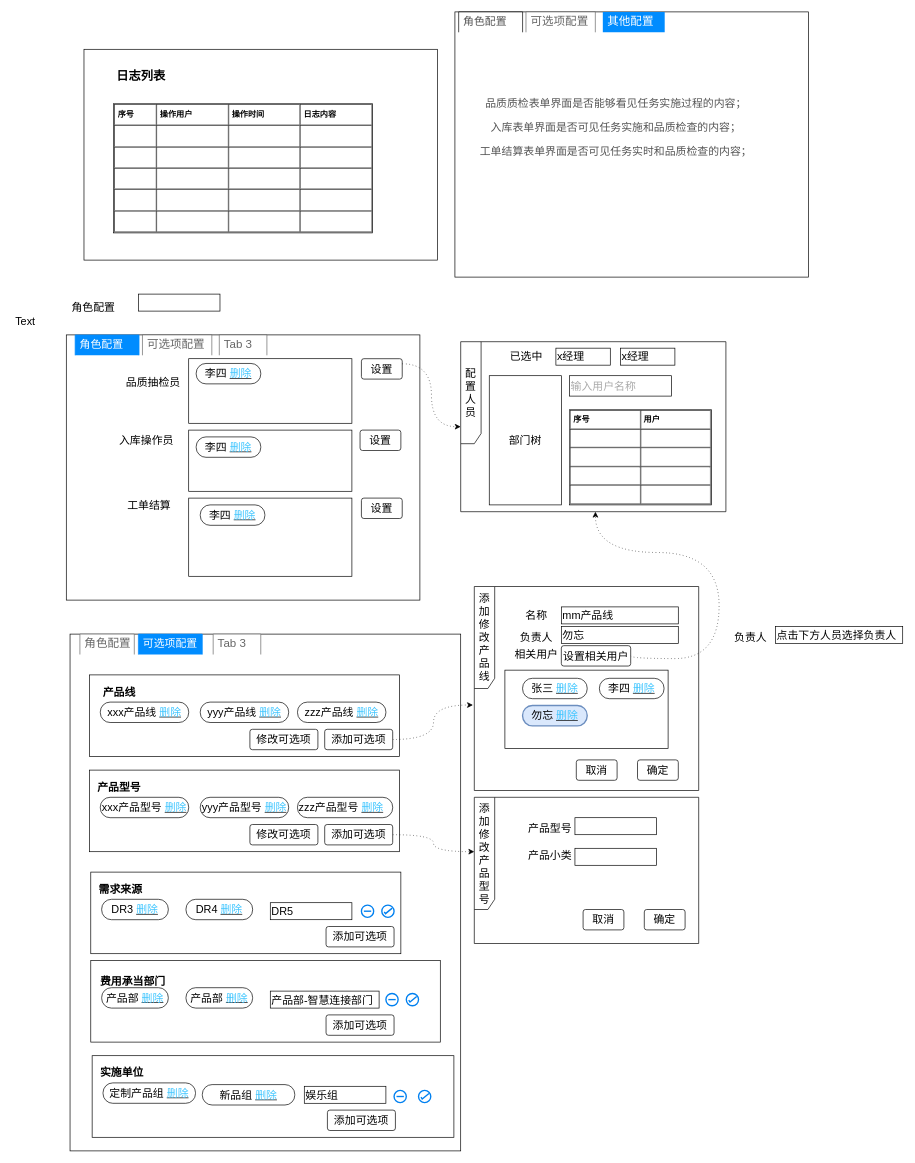
Earlier version of the draw.io diagram page "系统管理页面" (2 of 2) of PTS.drawio (waterwatermelon/graph). Source tidied: cells renumbered, new cells numbered last; positions are measured from the earlier drawing's top-left corner, leaving out a move shared by most shapes. Both pictures are drawn from the tidied source at 68%, with x=0, y=0 at pixel (12, 12).
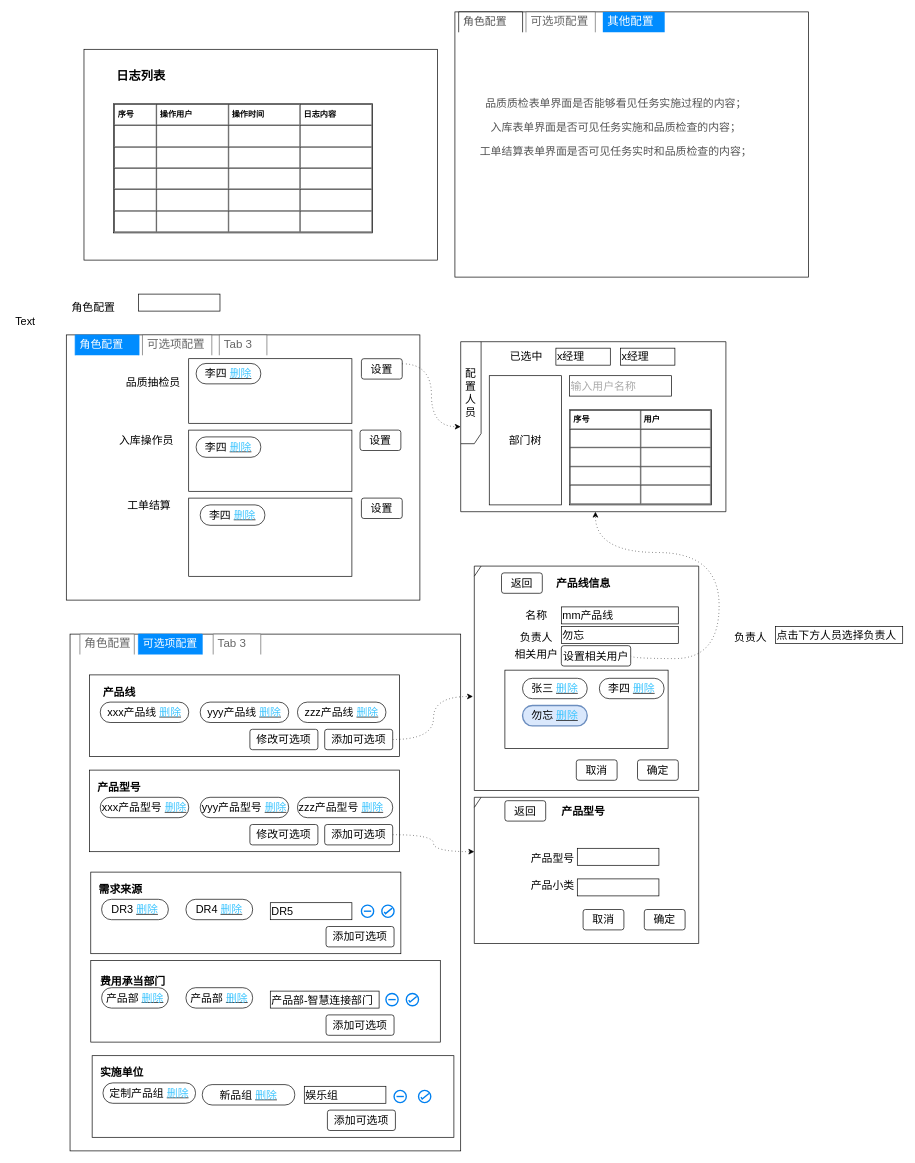
The same diagram, later.

Change to the diagram source:
```diff
@@
-    <mxCell id="30" value="添加&lt;br&gt;修改产品型号" style="shape=umlFrame;whiteSpace=wrap;html=1;rounded=1;glass=0;sketch=0;strokeColor=#000000;fillColor=#FFFFFF;fontSize=16;width=30;height=165;" parent="1" vertex="1">
+    <mxCell id="30" style="shape=umlFrame;whiteSpace=wrap;html=1;rounded=1;glass=0;sketch=0;strokeColor=#000000;fillColor=#FFFFFF;fontSize=16;width=10;height=15;" parent="1" vertex="1">
       <mxGeometry x="680" y="1155" width="330" height="215" as="geometry" />
     </mxCell>
     <mxCell id="31" value="产品型号" style="text;html=1;strokeColor=none;fillColor=none;align=center;verticalAlign=middle;whiteSpace=wrap;rounded=0;glass=0;sketch=0;fontSize=16;" parent="1" vertex="1">
-      <mxGeometry x="755" y="1190" width="73" height="20" as="geometry" />
+      <mxGeometry x="758.5" y="1235" width="73" height="20" as="geometry" />
     </mxCell>
     <mxCell id="32" value="产品小类" style="text;html=1;strokeColor=none;fillColor=none;align=center;verticalAlign=middle;whiteSpace=wrap;rounded=0;glass=0;sketch=0;fontSize=16;" parent="1" vertex="1">
-      <mxGeometry x="755" y="1230" width="73" height="20" as="geometry" />
+      <mxGeometry x="758.5" y="1275" width="73" height="20" as="geometry" />
     </mxCell>
@@
     <mxCell id="34" style="rounded=0;whiteSpace=wrap;html=1;glass=0;sketch=0;strokeColor=#000000;fillColor=#FFFFFF;fontSize=16;align=left;" parent="1" vertex="1">
-      <mxGeometry x="828" y="1185" width="120" height="25" as="geometry" />
+      <mxGeometry x="831.5" y="1230" width="120" height="25" as="geometry" />
     </mxCell>
     <mxCell id="35" style="rounded=0;whiteSpace=wrap;html=1;glass=0;sketch=0;strokeColor=#000000;fillColor=#FFFFFF;fontSize=16;align=left;" parent="1" vertex="1">
-      <mxGeometry x="828" y="1230" width="120" height="25" as="geometry" />
+      <mxGeometry x="831.5" y="1275" width="120" height="25" as="geometry" />
     </mxCell>
@@
-    <mxCell id="38" value="添加&lt;br&gt;修改&lt;br&gt;产品线" style="shape=umlFrame;whiteSpace=wrap;html=1;rounded=1;glass=0;sketch=0;strokeColor=#000000;fillColor=#FFFFFF;fontSize=16;width=30;height=150;" parent="1" vertex="1">
-      <mxGeometry x="680" y="845" width="330" height="300" as="geometry" />
+    <mxCell id="38" style="shape=umlFrame;whiteSpace=wrap;html=1;rounded=1;glass=0;sketch=0;strokeColor=#000000;fillColor=#FFFFFF;fontSize=16;width=10;height=15;" parent="1" vertex="1">
+      <mxGeometry x="680" y="815" width="330" height="330" as="geometry" />
     </mxCell>
@@
+    <mxCell id="106" value="返回" style="rounded=1;whiteSpace=wrap;html=1;glass=0;sketch=0;strokeColor=#000000;fillColor=#FFFFFF;fontSize=16;align=center;arcSize=12;" parent="1" vertex="1">
+      <mxGeometry x="720" y="825" width="60" height="30" as="geometry" />
+    </mxCell>
+    <mxCell id="107" value="&lt;b&gt;产品线信息&lt;/b&gt;" style="text;html=1;strokeColor=none;fillColor=none;align=center;verticalAlign=middle;whiteSpace=wrap;rounded=0;glass=0;sketch=0;fontSize=16;" parent="1" vertex="1">
+      <mxGeometry x="788.5" y="830" width="103" height="20" as="geometry" />
+    </mxCell>
+    <mxCell id="108" value="返回" style="rounded=1;whiteSpace=wrap;html=1;glass=0;sketch=0;strokeColor=#000000;fillColor=#FFFFFF;fontSize=16;align=center;arcSize=12;" parent="1" vertex="1">
+      <mxGeometry x="725" y="1160" width="60" height="30" as="geometry" />
+    </mxCell>
+    <mxCell id="109" value="&lt;b&gt;产品型号&lt;/b&gt;" style="text;html=1;strokeColor=none;fillColor=none;align=center;verticalAlign=middle;whiteSpace=wrap;rounded=0;glass=0;sketch=0;fontSize=16;" parent="1" vertex="1">
+      <mxGeometry x="788.5" y="1165" width="103" height="20" as="geometry" />
+    </mxCell>
```
